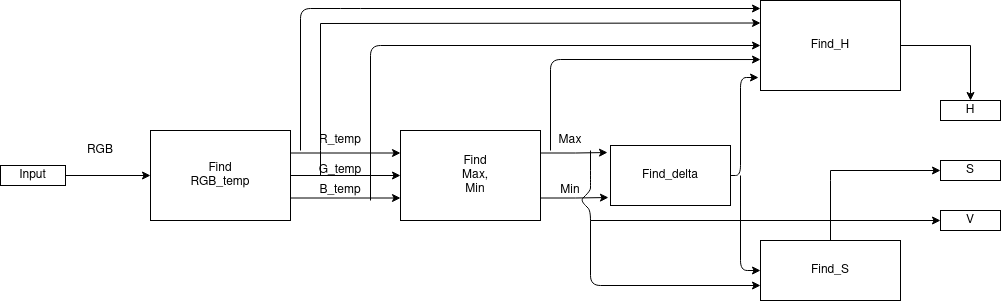
This is Week3/datapath.png from truongit-htb/CE434_project_group7, a draw.io export, as it was before one commit. Source tidied: cells renumbered, new cells last; positions are measured from the earlier drawing's top-left corner, leaving out a move shared by most shapes.
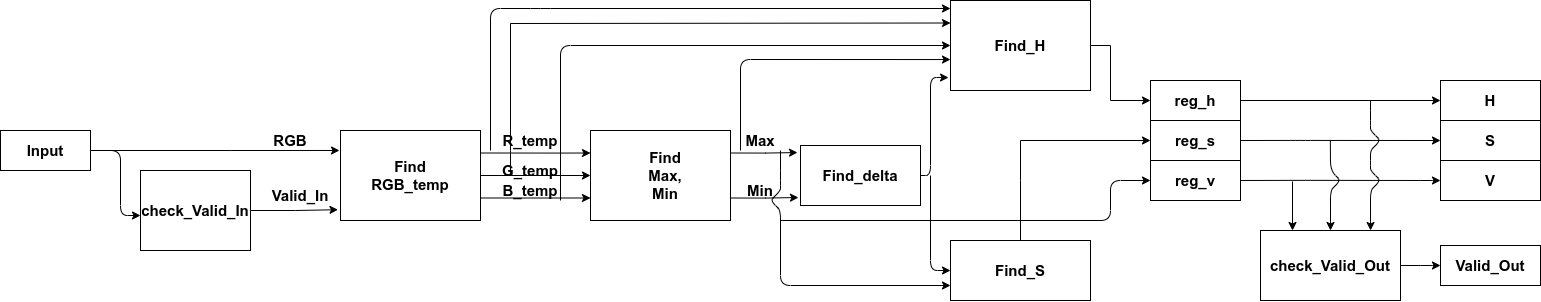
The same diagram one commit later.

The edit, as a diff of the source:
```diff
@@ -2,7 +2,7 @@
   <root>
     <mxCell id="0" />
     <mxCell id="1" parent="0" />
-    <mxCell id="2" style="edgeStyle=orthogonalEdgeStyle;rounded=0;jettySize=auto;html=1;exitX=1;exitY=0.25;exitDx=0;exitDy=0;entryX=0;entryY=0.25;entryDx=0;entryDy=0;" parent="1" edge="1" source="5" target="9">
+    <mxCell id="2" style="edgeStyle=orthogonalEdgeStyle;rounded=0;jettySize=auto;html=1;exitX=1;exitY=0.25;exitDx=0;exitDy=0;entryX=0;entryY=0.25;entryDx=0;entryDy=0;fontSize=15;fontStyle=1;" parent="1" edge="1" source="5" target="9">
       <mxGeometry relative="1" as="geometry">
         <Array as="points">
           <mxPoint x="370" y="153" />
@@ -10,40 +10,45 @@
         </Array>
       </mxGeometry>
     </mxCell>
-    <mxCell id="3" style="edgeStyle=orthogonalEdgeStyle;rounded=0;jettySize=auto;html=1;exitX=1;exitY=0.5;exitDx=0;exitDy=0;entryX=0;entryY=0.5;entryDx=0;entryDy=0;" parent="1" edge="1" source="5" target="9">
+    <mxCell id="3" style="edgeStyle=orthogonalEdgeStyle;rounded=0;jettySize=auto;html=1;exitX=1;exitY=0.5;exitDx=0;exitDy=0;entryX=0;entryY=0.5;entryDx=0;entryDy=0;fontSize=15;fontStyle=1;" parent="1" edge="1" source="5" target="9">
       <mxGeometry relative="1" as="geometry" />
     </mxCell>
-    <mxCell id="4" style="edgeStyle=orthogonalEdgeStyle;rounded=0;jettySize=auto;html=1;exitX=1;exitY=0.75;exitDx=0;exitDy=0;entryX=0;entryY=0.75;entryDx=0;entryDy=0;" parent="1" edge="1" source="5" target="9">
+    <mxCell id="4" style="edgeStyle=orthogonalEdgeStyle;rounded=0;jettySize=auto;html=1;exitX=1;exitY=0.75;exitDx=0;exitDy=0;entryX=0;entryY=0.75;entryDx=0;entryDy=0;fontSize=15;fontStyle=1;" parent="1" edge="1" source="5" target="9">
       <mxGeometry relative="1" as="geometry" />
     </mxCell>
-    <mxCell id="5" style="rounded=0;whiteSpace=wrap;html=1;" parent="1" vertex="1">
+    <mxCell id="5" style="rounded=0;whiteSpace=wrap;html=1;fontSize=15;fontStyle=1;" parent="1" vertex="1">
       <mxGeometry x="150" y="130" width="140" height="90" as="geometry" />
     </mxCell>
-    <mxCell id="6" value="Find RGB_temp" style="text;html=1;strokeColor=none;fillColor=none;align=center;verticalAlign=middle;whiteSpace=wrap;rounded=0;" parent="1" vertex="1">
+    <mxCell id="6" value="Find RGB_temp" style="text;html=1;strokeColor=none;fillColor=none;align=center;verticalAlign=middle;whiteSpace=wrap;rounded=0;fontSize=15;fontStyle=1;" parent="1" vertex="1">
       <mxGeometry x="200" y="165" width="40" height="20" as="geometry" />
     </mxCell>
-    <mxCell id="7" style="edgeStyle=orthogonalEdgeStyle;rounded=0;jettySize=auto;html=1;exitX=1;exitY=0.25;exitDx=0;exitDy=0;entryX=-0.025;entryY=0.117;entryDx=0;entryDy=0;entryPerimeter=0;" parent="1" edge="1" source="9" target="18">
+    <mxCell id="7" style="edgeStyle=orthogonalEdgeStyle;rounded=0;jettySize=auto;html=1;exitX=1;exitY=0.25;exitDx=0;exitDy=0;entryX=-0.025;entryY=0.117;entryDx=0;entryDy=0;entryPerimeter=0;fontSize=15;fontStyle=1;" parent="1" edge="1" source="9" target="18">
       <mxGeometry relative="1" as="geometry" />
     </mxCell>
-    <mxCell id="8" style="edgeStyle=orthogonalEdgeStyle;rounded=0;jettySize=auto;html=1;exitX=1;exitY=0.75;exitDx=0;exitDy=0;entryX=-0.017;entryY=0.867;entryDx=0;entryDy=0;entryPerimeter=0;" parent="1" edge="1" source="9" target="18">
+    <mxCell id="8" style="edgeStyle=orthogonalEdgeStyle;rounded=0;jettySize=auto;html=1;exitX=1;exitY=0.75;exitDx=0;exitDy=0;entryX=-0.017;entryY=0.867;entryDx=0;entryDy=0;entryPerimeter=0;fontSize=15;fontStyle=1;" parent="1" edge="1" source="9" target="18">
       <mxGeometry relative="1" as="geometry" />
     </mxCell>
-    <mxCell id="9" style="rounded=0;whiteSpace=wrap;html=1;" parent="1" vertex="1">
+    <mxCell id="9" style="rounded=0;whiteSpace=wrap;html=1;fontSize=15;fontStyle=1;" parent="1" vertex="1">
       <mxGeometry x="400" y="130" width="140" height="90" as="geometry" />
     </mxCell>
-    <mxCell id="10" value="Find Max, Min" style="text;html=1;strokeColor=none;fillColor=none;align=center;verticalAlign=middle;whiteSpace=wrap;rounded=0;" parent="1" vertex="1">
+    <mxCell id="10" value="Find Max, Min" style="text;html=1;strokeColor=none;fillColor=none;align=center;verticalAlign=middle;whiteSpace=wrap;rounded=0;fontSize=15;fontStyle=1;" parent="1" vertex="1">
       <mxGeometry x="455" y="165" width="40" height="20" as="geometry" />
     </mxCell>
-    <mxCell id="11" style="edgeStyle=orthogonalEdgeStyle;rounded=0;jettySize=auto;html=1;entryX=0;entryY=0.5;entryDx=0;entryDy=0;" parent="1" edge="1" source="12" target="5">
-      <mxGeometry relative="1" as="geometry" />
+    <mxCell id="11" style="edgeStyle=orthogonalEdgeStyle;rounded=0;jettySize=auto;html=1;entryX=-0.007;entryY=0.222;entryDx=0;entryDy=0;entryPerimeter=0;fontSize=15;fontStyle=1;" parent="1" edge="1" source="12" target="5">
+      <mxGeometry relative="1" as="geometry">
+        <Array as="points">
+          <mxPoint x="40" y="150" />
+          <mxPoint x="40" y="150" />
+        </Array>
+      </mxGeometry>
     </mxCell>
-    <mxCell id="12" value="Input" style="rounded=0;whiteSpace=wrap;html=1;" parent="1" vertex="1">
-      <mxGeometry y="165" width="65" height="20" as="geometry" />
+    <mxCell id="12" value="Input" style="rounded=0;whiteSpace=wrap;html=1;fontSize=15;fontStyle=1;" parent="1" vertex="1">
+      <mxGeometry x="-190" y="130" width="90" height="40" as="geometry" />
     </mxCell>
-    <mxCell id="13" value="RGB" style="text;html=1;strokeColor=none;fillColor=none;align=center;verticalAlign=middle;whiteSpace=wrap;rounded=0;" parent="1" vertex="1">
-      <mxGeometry x="80" y="130" width="40" height="40" as="geometry" />
+    <mxCell id="13" value="RGB" style="text;html=1;strokeColor=none;fillColor=none;align=center;verticalAlign=middle;whiteSpace=wrap;rounded=0;fontSize=15;fontStyle=1;" parent="1" vertex="1">
+      <mxGeometry x="80" y="110" width="40" height="60" as="geometry" />
     </mxCell>
-    <mxCell id="14" style="edgeStyle=none;rounded=0;jettySize=auto;html=1;exitX=0;exitY=0.75;exitDx=0;exitDy=0;entryX=0;entryY=0.25;entryDx=0;entryDy=0;" parent="1" edge="1" source="16" target="23">
+    <mxCell id="14" style="edgeStyle=none;rounded=0;jettySize=auto;html=1;exitX=0;exitY=0.75;exitDx=0;exitDy=0;entryX=0;entryY=0.25;entryDx=0;entryDy=0;fontSize=15;fontStyle=1;" parent="1" edge="1" source="16" target="23">
       <mxGeometry relative="1" as="geometry">
         <Array as="points">
           <mxPoint x="320" y="150" />
@@ -51,38 +56,39 @@
         </Array>
       </mxGeometry>
     </mxCell>
-    <mxCell id="15" value="R_temp" style="text;html=1;strokeColor=none;fillColor=none;align=center;verticalAlign=middle;whiteSpace=wrap;rounded=0;" parent="1" vertex="1">
+    <mxCell id="15" value="R_temp" style="text;html=1;strokeColor=none;fillColor=none;align=center;verticalAlign=middle;whiteSpace=wrap;rounded=0;fontSize=15;fontStyle=1;" parent="1" vertex="1">
       <mxGeometry x="320" y="130" width="40" height="20" as="geometry" />
     </mxCell>
-    <mxCell id="16" value="G_temp" style="text;html=1;strokeColor=none;fillColor=none;align=center;verticalAlign=middle;whiteSpace=wrap;rounded=0;" parent="1" vertex="1">
+    <mxCell id="16" value="G_temp" style="text;html=1;strokeColor=none;fillColor=none;align=center;verticalAlign=middle;whiteSpace=wrap;rounded=0;fontSize=15;fontStyle=1;" parent="1" vertex="1">
       <mxGeometry x="320" y="160" width="40" height="20" as="geometry" />
     </mxCell>
-    <mxCell id="17" value="B_temp" style="text;html=1;strokeColor=none;fillColor=none;align=center;verticalAlign=middle;whiteSpace=wrap;rounded=0;" parent="1" vertex="1">
+    <mxCell id="17" value="B_temp" style="text;html=1;strokeColor=none;fillColor=none;align=center;verticalAlign=middle;whiteSpace=wrap;rounded=0;fontSize=15;fontStyle=1;" parent="1" vertex="1">
       <mxGeometry x="320" y="180" width="40" height="20" as="geometry" />
     </mxCell>
-    <mxCell id="18" style="rounded=0;whiteSpace=wrap;html=1;" parent="1" vertex="1">
+    <mxCell id="18" style="rounded=0;whiteSpace=wrap;html=1;fontSize=15;fontStyle=1;" parent="1" vertex="1">
       <mxGeometry x="610" y="145" width="120" height="60" as="geometry" />
     </mxCell>
-    <mxCell id="19" value="Find_delta" style="text;html=1;strokeColor=none;fillColor=none;align=center;verticalAlign=middle;whiteSpace=wrap;rounded=0;" parent="1" vertex="1">
+    <mxCell id="19" value="Find_delta" style="text;html=1;strokeColor=none;fillColor=none;align=center;verticalAlign=middle;whiteSpace=wrap;rounded=0;fontSize=15;fontStyle=1;" parent="1" vertex="1">
       <mxGeometry x="650" y="165" width="40" height="20" as="geometry" />
     </mxCell>
-    <mxCell id="20" value="Max" style="text;html=1;strokeColor=none;fillColor=none;align=center;verticalAlign=middle;whiteSpace=wrap;rounded=0;" parent="1" vertex="1">
+    <mxCell id="20" value="Max" style="text;html=1;strokeColor=none;fillColor=none;align=center;verticalAlign=middle;whiteSpace=wrap;rounded=0;fontSize=15;fontStyle=1;" parent="1" vertex="1">
       <mxGeometry x="550" y="130" width="40" height="20" as="geometry" />
     </mxCell>
-    <mxCell id="21" value="Min" style="text;html=1;strokeColor=none;fillColor=none;align=center;verticalAlign=middle;whiteSpace=wrap;rounded=0;" parent="1" vertex="1">
+    <mxCell id="21" value="Min" style="text;html=1;strokeColor=none;fillColor=none;align=center;verticalAlign=middle;whiteSpace=wrap;rounded=0;fontSize=15;fontStyle=1;" parent="1" vertex="1">
       <mxGeometry x="550" y="180" width="40" height="20" as="geometry" />
     </mxCell>
-    <mxCell id="22" style="edgeStyle=none;rounded=0;jettySize=auto;html=1;entryX=0.5;entryY=0;entryDx=0;entryDy=0;" parent="1" edge="1" source="23" target="34">
+    <mxCell id="22" style="edgeStyle=none;rounded=0;jettySize=auto;html=1;entryX=0;entryY=0.5;entryDx=0;entryDy=0;fontSize=15;fontStyle=1;" parent="1" edge="1" source="23" target="44">
       <mxGeometry relative="1" as="geometry">
         <Array as="points">
-          <mxPoint x="970" y="45" />
+          <mxPoint x="920" y="45" />
+          <mxPoint x="920" y="100" />
         </Array>
       </mxGeometry>
     </mxCell>
-    <mxCell id="23" value="Find_H" style="rounded=0;whiteSpace=wrap;html=1;" parent="1" vertex="1">
+    <mxCell id="23" value="Find_H" style="rounded=0;whiteSpace=wrap;html=1;fontSize=15;fontStyle=1;" parent="1" vertex="1">
       <mxGeometry x="760" width="140" height="90" as="geometry" />
     </mxCell>
-    <mxCell id="24" style="endArrow=classic;html=1;" parent="1" edge="1">
+    <mxCell id="24" style="endArrow=classic;html=1;fontSize=15;fontStyle=1;" parent="1" edge="1">
       <mxGeometry relative="1" as="geometry">
         <mxPoint x="300" y="150" as="sourcePoint" />
         <mxPoint x="760" y="8" as="targetPoint" />
@@ -92,7 +98,7 @@
         </Array>
       </mxGeometry>
     </mxCell>
-    <mxCell id="25" style="endArrow=classic;html=1;entryX=0;entryY=0.5;entryDx=0;entryDy=0;" parent="1" edge="1" target="23">
+    <mxCell id="25" style="endArrow=classic;html=1;entryX=0;entryY=0.5;entryDx=0;entryDy=0;fontSize=15;fontStyle=1;" parent="1" edge="1" target="23">
       <mxGeometry relative="1" as="geometry">
         <mxPoint x="370" y="200" as="sourcePoint" />
         <Array as="points">
@@ -100,14 +106,14 @@
         </Array>
       </mxGeometry>
     </mxCell>
-    <mxCell id="26" style="endArrow=classic;html=1;exitX=0;exitY=1;exitDx=0;exitDy=0;entryX=0;entryY=0.656;entryDx=0;entryDy=0;entryPerimeter=0;" parent="1" edge="1" source="20" target="23">
+    <mxCell id="26" style="endArrow=classic;html=1;exitX=0;exitY=1;exitDx=0;exitDy=0;entryX=0;entryY=0.656;entryDx=0;entryDy=0;entryPerimeter=0;fontSize=15;fontStyle=1;" parent="1" edge="1" source="20" target="23">
       <mxGeometry relative="1" as="geometry">
         <Array as="points">
           <mxPoint x="550" y="59" />
         </Array>
       </mxGeometry>
     </mxCell>
-    <mxCell id="27" style="endArrow=classic;html=1;exitX=1;exitY=0.5;exitDx=0;exitDy=0;entryX=-0.014;entryY=0.856;entryDx=0;entryDy=0;entryPerimeter=0;" parent="1" edge="1" source="18" target="23">
+    <mxCell id="27" style="endArrow=classic;html=1;exitX=1;exitY=0.5;exitDx=0;exitDy=0;entryX=-0.014;entryY=0.856;entryDx=0;entryDy=0;entryPerimeter=0;fontSize=15;fontStyle=1;" parent="1" edge="1" source="18" target="23">
       <mxGeometry relative="1" as="geometry">
         <Array as="points">
           <mxPoint x="740" y="175" />
@@ -115,18 +121,18 @@
         </Array>
       </mxGeometry>
     </mxCell>
-    <mxCell id="28" style="edgeStyle=none;rounded=0;jettySize=auto;html=1;entryX=0;entryY=0.5;entryDx=0;entryDy=0;" parent="1" edge="1" source="29" target="33">
+    <mxCell id="28" style="edgeStyle=none;rounded=0;jettySize=auto;html=1;entryX=0;entryY=0.5;entryDx=0;entryDy=0;fontSize=15;fontStyle=1;" parent="1" edge="1" source="29" target="45">
       <mxGeometry relative="1" as="geometry">
         <Array as="points">
           <mxPoint x="830" y="180" />
-          <mxPoint x="830" y="170" />
+          <mxPoint x="830" y="140" />
         </Array>
       </mxGeometry>
     </mxCell>
-    <mxCell id="29" value="Find_S" style="rounded=0;whiteSpace=wrap;html=1;" parent="1" vertex="1">
+    <mxCell id="29" value="Find_S" style="rounded=0;whiteSpace=wrap;html=1;fontSize=15;fontStyle=1;" parent="1" vertex="1">
       <mxGeometry x="760" y="240" width="140" height="60" as="geometry" />
     </mxCell>
-    <mxCell id="30" style="endArrow=classic;html=1;exitX=1;exitY=1;exitDx=0;exitDy=0;entryX=0;entryY=0.75;entryDx=0;entryDy=0;" parent="1" edge="1" source="20" target="29">
+    <mxCell id="30" style="endArrow=classic;html=1;exitX=1;exitY=1;exitDx=0;exitDy=0;entryX=0;entryY=0.75;entryDx=0;entryDy=0;fontSize=15;fontStyle=1;" parent="1" edge="1" source="20" target="29">
       <mxGeometry relative="1" as="geometry">
         <Array as="points">
           <mxPoint x="590" y="180" />
@@ -137,7 +143,7 @@
         </Array>
       </mxGeometry>
     </mxCell>
-    <mxCell id="31" style="endArrow=classic;html=1;entryX=0;entryY=0.5;entryDx=0;entryDy=0;" parent="1" edge="1" target="29">
+    <mxCell id="31" style="endArrow=classic;html=1;entryX=0;entryY=0.5;entryDx=0;entryDy=0;fontSize=15;fontStyle=1;" parent="1" edge="1" target="29">
       <mxGeometry relative="1" as="geometry">
         <mxPoint x="740" y="175" as="sourcePoint" />
         <Array as="points">
@@ -147,28 +153,121 @@
         </Array>
       </mxGeometry>
     </mxCell>
-    <mxCell id="32" style="rounded=0;whiteSpace=wrap;html=1;" parent="1" vertex="1">
-      <mxGeometry x="940" y="210" width="60" height="20" as="geometry" />
-    </mxCell>
-    <mxCell id="33" style="rounded=0;whiteSpace=wrap;html=1;" parent="1" vertex="1">
-      <mxGeometry x="940" y="160" width="60" height="20" as="geometry" />
-    </mxCell>
-    <mxCell id="34" style="rounded=0;whiteSpace=wrap;html=1;" parent="1" vertex="1">
-      <mxGeometry x="940" y="100" width="60" height="20" as="geometry" />
-    </mxCell>
-    <mxCell id="35" style="endArrow=classic;html=1;entryX=0;entryY=0.5;entryDx=0;entryDy=0;entryPerimeter=0;" parent="1" edge="1" target="32">
+    <mxCell id="35" style="endArrow=classic;html=1;entryX=0;entryY=0.5;entryDx=0;entryDy=0;fontSize=15;fontStyle=1;" parent="1" edge="1" target="46">
       <mxGeometry relative="1" as="geometry">
         <mxPoint x="590" y="220" as="sourcePoint" />
+        <Array as="points">
+          <mxPoint x="920" y="220" />
+          <mxPoint x="920" y="180" />
+        </Array>
       </mxGeometry>
     </mxCell>
+    <mxCell id="39" style="edgeStyle=orthogonalEdgeStyle;rounded=0;jettySize=auto;html=1;exitX=1;exitY=0.5;exitDx=0;exitDy=0;entryX=-0.018;entryY=0.88;entryDx=0;entryDy=0;entryPerimeter=0;fontSize=15;fontStyle=1;" parent="1" edge="1" source="40" target="5">
+      <mxGeometry relative="1" as="geometry" />
+    </mxCell>
+    <mxCell id="40" value="check_Valid_In" style="rounded=0;whiteSpace=wrap;html=1;fontSize=15;fontStyle=1;" parent="1" vertex="1">
+      <mxGeometry x="-50" y="170" width="110" height="80" as="geometry" />
+    </mxCell>
+    <mxCell id="41" value="Valid_In" style="text;html=1;strokeColor=none;fillColor=none;align=center;verticalAlign=middle;whiteSpace=wrap;rounded=0;fontSize=15;fontStyle=1;" parent="1" vertex="1">
+      <mxGeometry x="90" y="185" width="40" height="20" as="geometry" />
+    </mxCell>
+    <mxCell id="42" style="edgeStyle=segmentEdgeStyle;endArrow=classic;html=1;fontSize=15;fontStyle=1;" parent="1" edge="1">
+      <mxGeometry relative="1" as="geometry">
+        <mxPoint x="-90" y="150" as="sourcePoint" />
+        <mxPoint x="-50" y="215" as="targetPoint" />
+        <Array as="points">
+          <mxPoint x="-70" y="150" />
+          <mxPoint x="-70" y="215" />
+        </Array>
+      </mxGeometry>
+    </mxCell>
+    <mxCell id="43" style="group;fontSize=15;fontStyle=1;" parent="1" vertex="1">
+      <mxGeometry x="960" y="80" width="90" height="120" as="geometry" />
+    </mxCell>
+    <mxCell id="44" value="reg_h" style="rounded=0;whiteSpace=wrap;html=1;fontSize=15;fontStyle=1;" parent="43" vertex="1">
+      <mxGeometry width="90" height="40" as="geometry" />
+    </mxCell>
+    <mxCell id="45" value="reg_s" style="rounded=0;whiteSpace=wrap;html=1;fontSize=15;fontStyle=1;" parent="43" vertex="1">
+      <mxGeometry y="40" width="90" height="40" as="geometry" />
+    </mxCell>
+    <mxCell id="46" value="reg_v" style="rounded=0;whiteSpace=wrap;html=1;fontSize=15;fontStyle=1;" parent="43" vertex="1">
+      <mxGeometry y="80" width="90" height="40" as="geometry" />
+    </mxCell>
+    <mxCell id="47" value="check_Valid_Out" style="rounded=0;whiteSpace=wrap;html=1;fontSize=15;fontStyle=1;" parent="1" vertex="1">
+      <mxGeometry x="1070" y="230" width="140" height="70" as="geometry" />
+    </mxCell>
+    <mxCell id="48" style="endArrow=classic;html=1;exitX=1;exitY=0.5;exitDx=0;exitDy=0;fontSize=15;fontStyle=1;" parent="1" edge="1" source="44">
+      <mxGeometry relative="1" as="geometry">
+        <mxPoint x="1250" y="100" as="targetPoint" />
+      </mxGeometry>
+    </mxCell>
+    <mxCell id="49" style="endArrow=classic;html=1;exitX=1;exitY=0.5;exitDx=0;exitDy=0;fontSize=15;fontStyle=1;" parent="1" edge="1" source="45">
+      <mxGeometry relative="1" as="geometry">
+        <mxPoint x="1250" y="140" as="targetPoint" />
+        <Array as="points">
+          <mxPoint x="1110" y="139.9" />
+        </Array>
+      </mxGeometry>
+    </mxCell>
+    <mxCell id="50" style="endArrow=classic;html=1;exitX=1;exitY=0.5;exitDx=0;exitDy=0;fontSize=15;fontStyle=1;" parent="1" edge="1" source="46">
+      <mxGeometry relative="1" as="geometry">
+        <mxPoint x="1250" y="180" as="targetPoint" />
+        <Array as="points">
+          <mxPoint x="1110" y="179.8" />
+          <mxPoint x="1240" y="180" />
+        </Array>
+      </mxGeometry>
+    </mxCell>
+    <mxCell id="51" style="endArrow=classic;html=1;exitX=1;exitY=0.5;exitDx=0;exitDy=0;fontSize=15;fontStyle=1;" parent="1" edge="1" source="47">
+      <mxGeometry relative="1" as="geometry">
+        <mxPoint x="1250" y="265" as="targetPoint" />
+        <Array as="points">
+          <mxPoint x="1240" y="265" />
+        </Array>
+      </mxGeometry>
+    </mxCell>
+    <mxCell id="52" style="endArrow=classic;html=1;entryX=0.786;entryY=0;entryDx=0;entryDy=0;entryPerimeter=0;fontSize=15;fontStyle=1;" parent="1" edge="1" target="47">
+      <mxGeometry relative="1" as="geometry">
+        <mxPoint x="1180" y="100" as="sourcePoint" />
+        <Array as="points">
+          <mxPoint x="1180" y="120" />
+          <mxPoint x="1180" y="130" />
+          <mxPoint x="1190" y="140" />
+          <mxPoint x="1180" y="150" />
+          <mxPoint x="1180" y="160" />
+          <mxPoint x="1180" y="170" />
+          <mxPoint x="1190" y="180" />
+          <mxPoint x="1180" y="190" />
+        </Array>
+      </mxGeometry>
+    </mxCell>
+    <mxCell id="53" style="endArrow=classic;html=1;entryX=0.5;entryY=0;entryDx=0;entryDy=0;fontSize=15;fontStyle=1;" parent="1" edge="1" target="47">
+      <mxGeometry relative="1" as="geometry">
+        <mxPoint x="1139.9" y="140" as="sourcePoint" />
+        <Array as="points">
+          <mxPoint x="1140" y="170" />
+          <mxPoint x="1150" y="180" />
+          <mxPoint x="1140" y="190" />
+        </Array>
+      </mxGeometry>
+    </mxCell>
+    <mxCell id="54" style="endArrow=classic;html=1;fontSize=15;fontStyle=1;" parent="1" edge="1">
+      <mxGeometry relative="1" as="geometry">
+        <mxPoint x="1102" y="181" as="sourcePoint" />
+        <mxPoint x="1102" y="230" as="targetPoint" />
+      </mxGeometry>
+    </mxCell>
-    <mxCell id="36" value="H" style="text;html=1;strokeColor=none;fillColor=none;align=center;verticalAlign=middle;whiteSpace=wrap;rounded=0;" parent="1" vertex="1">
-      <mxGeometry x="950" y="100" width="40" height="20" as="geometry" />
+    <mxCell id="36" value="H" style="rounded=0;whiteSpace=wrap;html=1;fontSize=15;fontStyle=1;" parent="1" vertex="1">
+      <mxGeometry x="1250" y="80" width="100" height="40" as="geometry" />
     </mxCell>
-    <mxCell id="37" value="S" style="text;html=1;strokeColor=none;fillColor=none;align=center;verticalAlign=middle;whiteSpace=wrap;rounded=0;" parent="1" vertex="1">
-      <mxGeometry x="950" y="160" width="40" height="20" as="geometry" />
+    <mxCell id="37" value="S" style="rounded=0;whiteSpace=wrap;html=1;fontSize=15;fontStyle=1;" parent="1" vertex="1">
+      <mxGeometry x="1250" y="120" width="100" height="40" as="geometry" />
     </mxCell>
-    <mxCell id="38" value="V" style="text;html=1;strokeColor=none;fillColor=none;align=center;verticalAlign=middle;whiteSpace=wrap;rounded=0;" parent="1" vertex="1">
-      <mxGeometry x="950" y="210" width="40" height="20" as="geometry" />
+    <mxCell id="38" value="V" style="rounded=0;whiteSpace=wrap;html=1;fontSize=15;fontStyle=1;" parent="1" vertex="1">
+      <mxGeometry x="1250" y="160" width="100" height="40" as="geometry" />
     </mxCell>
+    <mxCell id="55" value="Valid_Out" style="rounded=0;whiteSpace=wrap;html=1;fontSize=15;fontStyle=1;" parent="1" vertex="1">
+      <mxGeometry x="1250" y="245" width="100" height="40" as="geometry" />
+    </mxCell>
   </root>
 </mxGraphModel>
```
